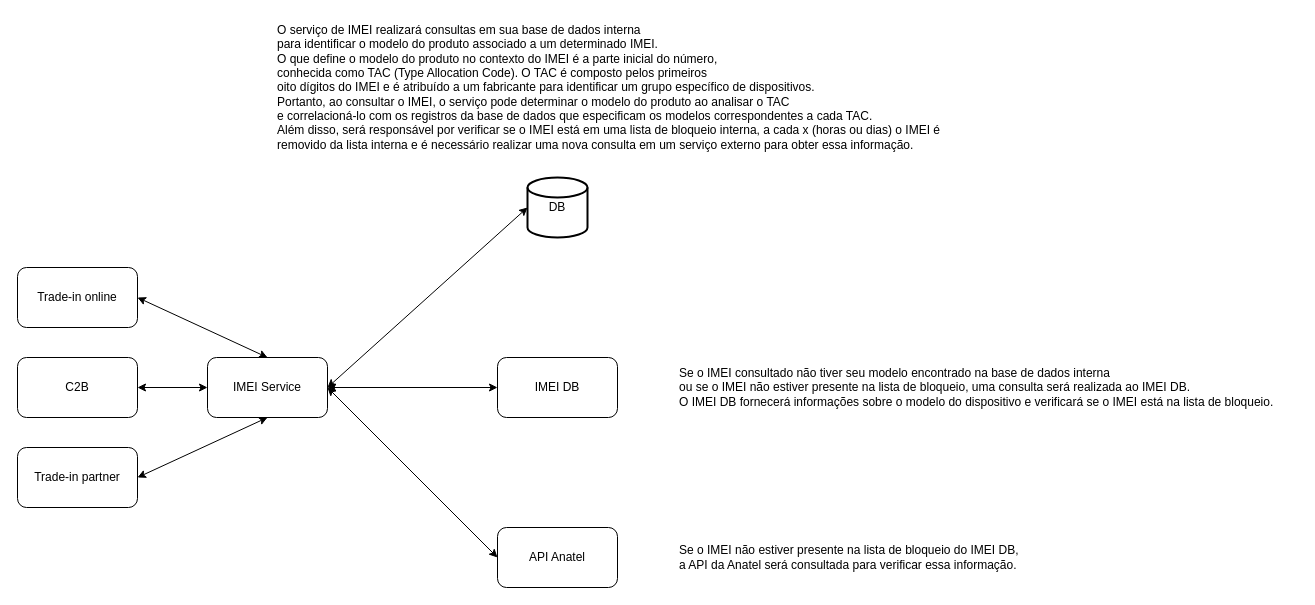
Earlier version of the draw.io diagram Diagrama sem nome.drawio (guiavelino/aws-diagrams). Source tidied: cells renumbered, new cells numbered last; positions are measured from the earlier drawing's top-left corner, leaving out a move shared by most shapes. Both pictures are drawn from the tidied source at 100%, with x=0, y=0 at pixel (17, 17).
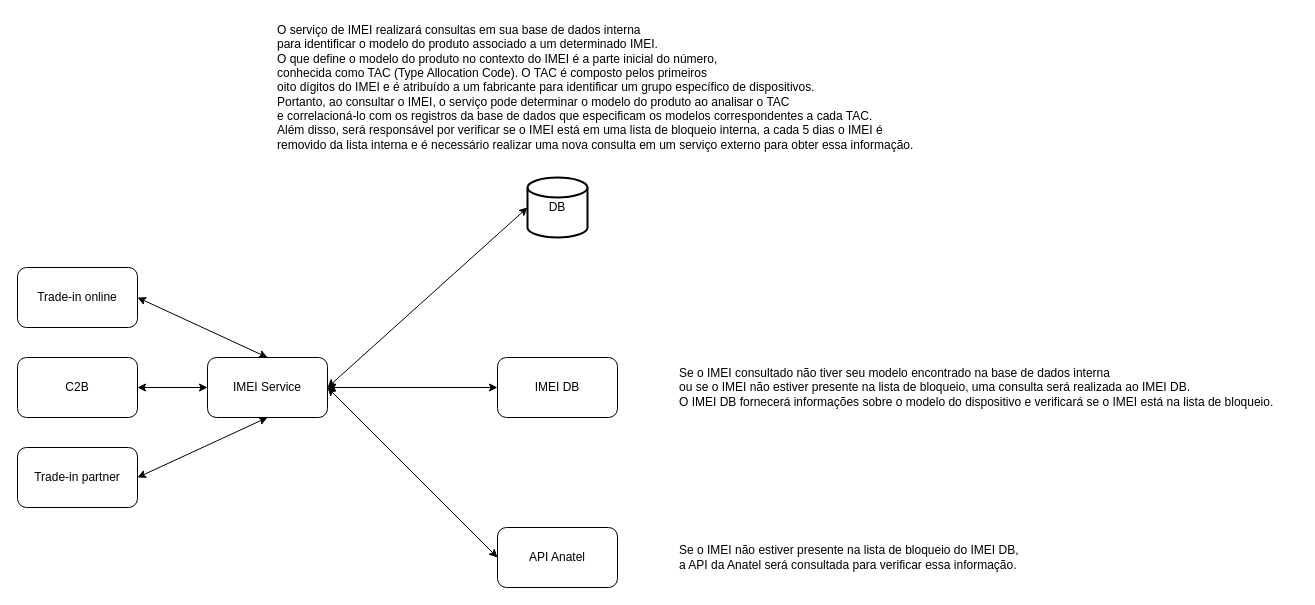
Above is the later version.

Diff of the diagram source:
```diff
@@
 <mxGraphModel>
   <root>
     <mxCell id="0" />
     <mxCell id="1" parent="0" />
     <mxCell id="2" value="C2B" style="rounded=1;whiteSpace=wrap;html=1;" parent="1" vertex="1">
       <mxGeometry y="340" width="120" height="60" as="geometry" />
     </mxCell>
     <mxCell id="3" value="Trade-in online" style="rounded=1;whiteSpace=wrap;html=1;" parent="1" vertex="1">
       <mxGeometry y="250" width="120" height="60" as="geometry" />
     </mxCell>
     <mxCell id="4" value="Trade-in partner" style="rounded=1;whiteSpace=wrap;html=1;" parent="1" vertex="1">
       <mxGeometry y="430" width="120" height="60" as="geometry" />
     </mxCell>
     <mxCell id="5" value="IMEI Service" style="rounded=1;whiteSpace=wrap;html=1;" parent="1" vertex="1">
       <mxGeometry x="190" y="340" width="120" height="60" as="geometry" />
     </mxCell>
     <mxCell id="6" style="group;" parent="1" vertex="1">
       <mxGeometry x="460" y="120" width="160" height="100" as="geometry" />
     </mxCell>
     <mxCell id="7" value="DB" style="strokeWidth=2;html=1;shape=mxgraph.flowchart.database;whiteSpace=wrap;" parent="6" vertex="1">
       <mxGeometry x="50" y="40" width="60" height="60" as="geometry" />
     </mxCell>
     <mxCell id="8" value="IMEI DB" style="rounded=1;whiteSpace=wrap;html=1;" parent="1" vertex="1">
       <mxGeometry x="480" y="340" width="120" height="60" as="geometry" />
     </mxCell>
     <mxCell id="9" value="API Anatel" style="rounded=1;whiteSpace=wrap;html=1;" parent="1" vertex="1">
       <mxGeometry x="480" y="510" width="120" height="60" as="geometry" />
     </mxCell>
     <mxCell id="10" style="endArrow=classic;startArrow=classic;html=1;rounded=0;entryX=0;entryY=0.5;entryDx=0;entryDy=0;entryPerimeter=0;exitX=1;exitY=0.5;exitDx=0;exitDy=0;" parent="1" edge="1" source="5" target="7">
       <mxGeometry relative="1" as="geometry" />
     </mxCell>
     <mxCell id="11" style="endArrow=classic;startArrow=classic;html=1;rounded=0;entryX=0;entryY=0.5;entryDx=0;entryDy=0;exitX=1;exitY=0.5;exitDx=0;exitDy=0;" parent="1" edge="1" source="2" target="5">
       <mxGeometry relative="1" as="geometry" />
     </mxCell>
     <mxCell id="12" style="endArrow=classic;startArrow=classic;html=1;rounded=0;entryX=0.5;entryY=1;entryDx=0;entryDy=0;exitX=1;exitY=0.5;exitDx=0;exitDy=0;" parent="1" edge="1" source="4" target="5">
       <mxGeometry relative="1" as="geometry" />
     </mxCell>
     <mxCell id="13" style="endArrow=classic;startArrow=classic;html=1;rounded=0;entryX=0.5;entryY=0;entryDx=0;entryDy=0;exitX=1;exitY=0.5;exitDx=0;exitDy=0;" parent="1" edge="1" source="3" target="5">
       <mxGeometry relative="1" as="geometry" />
     </mxCell>
     <mxCell id="14" style="endArrow=classic;startArrow=classic;html=1;rounded=0;entryX=0;entryY=0.5;entryDx=0;entryDy=0;exitX=1;exitY=0.5;exitDx=0;exitDy=0;" parent="1" edge="1" source="5" target="8">
       <mxGeometry relative="1" as="geometry" />
     </mxCell>
     <mxCell id="15" style="endArrow=classic;startArrow=classic;html=1;rounded=0;entryX=0;entryY=0.5;entryDx=0;entryDy=0;exitX=1;exitY=0.5;exitDx=0;exitDy=0;" parent="1" edge="1" source="5" target="9">
       <mxGeometry relative="1" as="geometry" />
     </mxCell>
-    <mxCell id="16" value="O serviço de IMEI realizará consultas em sua base de dados interna&lt;div&gt;para identificar o modelo do produto associado a um determinado IMEI.&amp;nbsp;&lt;/div&gt;&lt;div&gt;O que define o modelo do produto no contexto do IMEI é a parte inicial do número,&amp;nbsp;&lt;/div&gt;&lt;div&gt;conhecida como TAC (Type Allocation Code). O TAC é composto pelos primeiros&amp;nbsp;&lt;/div&gt;&lt;div&gt;oito dígitos do IMEI e é atribuído a um fabricante para identificar um grupo específico de dispositivos.&amp;nbsp;&lt;/div&gt;&lt;div&gt;Portanto, ao consultar o IMEI, o serviço pode determinar o modelo do produto ao analisar o TAC&amp;nbsp;&lt;/div&gt;&lt;div&gt;&lt;span style=&quot;background-color: initial;&quot;&gt;e correlacioná-lo com os registros da base de dados que especificam os modelos correspondentes a cada TAC.&amp;nbsp;&lt;/span&gt;&lt;/div&gt;&lt;div&gt;&lt;span style=&quot;background-color: initial;&quot;&gt;Além disso, será responsável por verificar se o IMEI está em uma lista de bloqueio interna, a cada x (horas ou dias) o IMEI é&lt;/span&gt;&lt;/div&gt;&lt;div&gt;&lt;span style=&quot;background-color: initial;&quot;&gt;removido da lista interna e é necessário realizar uma nova consulta em um serviço externo para obter essa informação.&lt;/span&gt;&lt;/div&gt;" style="text;html=1;align=left;verticalAlign=middle;strokeColor=none;fillColor=none;fontSize=12;strokeWidth=1;spacingTop=0;spacing=0;" parent="1" vertex="1">
-      <mxGeometry x="260" width="680" height="140" as="geometry" />
+    <mxCell id="16" value="O serviço de IMEI realizará consultas em sua base de dados interna&lt;div&gt;para identificar o modelo do produto associado a um determinado IMEI.&amp;nbsp;&lt;/div&gt;&lt;div&gt;O que define o modelo do produto no contexto do IMEI é a parte inicial do número,&amp;nbsp;&lt;/div&gt;&lt;div&gt;conhecida como TAC (Type Allocation Code). O TAC é composto pelos primeiros&amp;nbsp;&lt;/div&gt;&lt;div&gt;oito dígitos do IMEI e é atribuído a um fabricante para identificar um grupo específico de dispositivos.&amp;nbsp;&lt;/div&gt;&lt;div&gt;Portanto, ao consultar o IMEI, o serviço pode determinar o modelo do produto ao analisar o TAC&amp;nbsp;&lt;/div&gt;&lt;div&gt;&lt;span style=&quot;background-color: initial;&quot;&gt;e correlacioná-lo com os registros da base de dados que especificam os modelos correspondentes a cada TAC.&amp;nbsp;&lt;/span&gt;&lt;/div&gt;&lt;div&gt;&lt;span style=&quot;background-color: initial;&quot;&gt;Além disso, será responsável por verificar se o IMEI está em uma lista de bloqueio interna, a cada 5 dias o IMEI é&lt;/span&gt;&lt;/div&gt;&lt;div&gt;&lt;span style=&quot;background-color: initial;&quot;&gt;removido da lista interna e é necessário realizar uma nova consulta em um serviço externo para obter essa informação.&lt;/span&gt;&lt;/div&gt;" style="text;html=1;align=left;verticalAlign=middle;strokeColor=none;fillColor=none;fontSize=12;strokeWidth=1;spacingTop=0;spacing=0;" parent="1" vertex="1">
+      <mxGeometry x="260" width="660" height="140" as="geometry" />
     </mxCell>
     <mxCell id="17" value="Se o IMEI consultado não tiver seu modelo encontrado na base de dados interna&amp;nbsp;&lt;div&gt;ou se o IMEI não estiver presente na lista de bloqueio,&amp;nbsp;&lt;span style=&quot;background-color: initial;&quot;&gt;uma consulta será realizada ao IMEI DB.&amp;nbsp;&lt;/span&gt;&lt;/div&gt;&lt;div&gt;&lt;span style=&quot;background-color: initial;&quot;&gt;O IMEI DB fornecerá informações sobre o modelo do dispositivo e verificará se o IMEI está na lista de bloqueio.&lt;/span&gt;&lt;/div&gt;" style="text;html=1;align=left;verticalAlign=middle;strokeColor=none;fillColor=none;" parent="1" vertex="1">
       <mxGeometry x="660" y="340" width="620" height="60" as="geometry" />
     </mxCell>
     <mxCell id="18" value="Se o IMEI não estiver presente na lista de bloqueio do IMEI DB,&amp;nbsp;&lt;div&gt;a API da Anatel será consultada para verificar essa informação.&lt;/div&gt;" style="text;html=1;align=left;verticalAlign=middle;strokeColor=none;fillColor=none;" parent="1" vertex="1">
       <mxGeometry x="660" y="520" width="370" height="40" as="geometry" />
     </mxCell>
   </root>
 </mxGraphModel>
```
